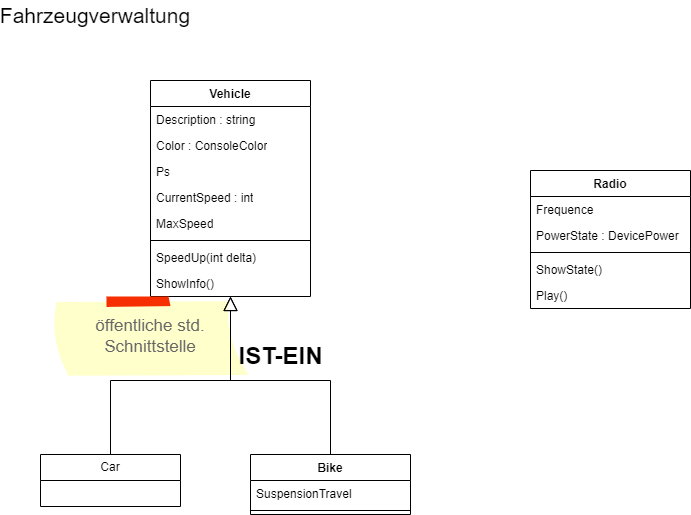
Above: src/20231109/Classdiagram_VehicelAndRadio.drawio.png in atillakati/sw_developer_2023_trainer (draw.io), before the change. Source tidied: cells renumbered, new cells last; positions are measured from the earlier drawing's top-left corner, leaving out a move shared by most shapes. Source of this version:
```xml
<mxGraphModel>
  <root>
    <mxCell id="0" />
    <mxCell id="1" parent="0" />
    <mxCell id="2" value="Vehicle" style="swimlane;fontStyle=1;align=center;verticalAlign=top;horizontal=1;startSize=26;whiteSpace=wrap;html=1;" parent="1" vertex="1">
      <mxGeometry x="130" y="80" width="160" height="216" as="geometry" />
    </mxCell>
    <mxCell id="3" value="Description : string" style="text;strokeColor=none;fillColor=none;align=left;verticalAlign=top;spacingLeft=4;spacingRight=4;overflow=hidden;whiteSpace=wrap;html=1;" parent="2" vertex="1">
      <mxGeometry y="26" width="160" height="26" as="geometry" />
    </mxCell>
    <mxCell id="4" value="Color : ConsoleColor" style="text;strokeColor=none;fillColor=none;align=left;verticalAlign=top;spacingLeft=4;spacingRight=4;overflow=hidden;whiteSpace=wrap;html=1;" parent="2" vertex="1">
      <mxGeometry y="52" width="160" height="26" as="geometry" />
    </mxCell>
    <mxCell id="5" value="Ps" style="text;strokeColor=none;fillColor=none;align=left;verticalAlign=top;spacingLeft=4;spacingRight=4;overflow=hidden;whiteSpace=wrap;html=1;" parent="2" vertex="1">
      <mxGeometry y="78" width="160" height="26" as="geometry" />
    </mxCell>
    <mxCell id="6" value="CurrentSpeed : int" style="text;strokeColor=none;fillColor=none;align=left;verticalAlign=top;spacingLeft=4;spacingRight=4;overflow=hidden;whiteSpace=wrap;html=1;" parent="2" vertex="1">
      <mxGeometry y="104" width="160" height="26" as="geometry" />
    </mxCell>
    <mxCell id="7" value="MaxSpeed" style="text;strokeColor=none;fillColor=none;align=left;verticalAlign=top;spacingLeft=4;spacingRight=4;overflow=hidden;whiteSpace=wrap;html=1;" parent="2" vertex="1">
      <mxGeometry y="130" width="160" height="26" as="geometry" />
    </mxCell>
    <mxCell id="8" style="line;strokeWidth=1;fillColor=none;align=left;verticalAlign=middle;spacingTop=-1;spacingLeft=3;spacingRight=3;labelPosition=right;strokeColor=inherit;" parent="2" vertex="1">
      <mxGeometry y="156" width="160" height="8" as="geometry" />
    </mxCell>
    <mxCell id="9" value="SpeedUp(int delta)" style="text;strokeColor=none;fillColor=none;align=left;verticalAlign=top;spacingLeft=4;spacingRight=4;overflow=hidden;whiteSpace=wrap;html=1;" parent="2" vertex="1">
      <mxGeometry y="164" width="160" height="26" as="geometry" />
    </mxCell>
    <mxCell id="10" value="ShowInfo()" style="text;strokeColor=none;fillColor=none;align=left;verticalAlign=top;spacingLeft=4;spacingRight=4;overflow=hidden;whiteSpace=wrap;html=1;" parent="2" vertex="1">
      <mxGeometry y="190" width="160" height="26" as="geometry" />
    </mxCell>
    <mxCell id="11" value="Fahrzeugverwaltung" style="text;html=1;strokeColor=none;fillColor=none;align=center;verticalAlign=middle;whiteSpace=wrap;rounded=0;fontSize=21;" parent="1" vertex="1">
      <mxGeometry width="150" height="30" as="geometry" />
    </mxCell>
    <mxCell id="12" value="öffentliche std. Schnittstelle" style="strokeWidth=1;shadow=0;dashed=0;align=center;html=1;shape=mxgraph.mockup.text.stickyNote2;fontColor=#666666;mainText=;fontSize=17;whiteSpace=wrap;fillColor=#ffffcc;strokeColor=#F62E00;" parent="1" vertex="1">
      <mxGeometry x="30" y="296" width="200" height="80" as="geometry" />
    </mxCell>
    <mxCell id="13" value="Bike" style="swimlane;fontStyle=1;align=center;verticalAlign=top;horizontal=1;startSize=26;whiteSpace=wrap;html=1;" parent="1" vertex="1">
      <mxGeometry x="230" y="454" width="160" height="60" as="geometry" />
    </mxCell>
    <mxCell id="14" value="SuspensionTravel" style="text;strokeColor=none;fillColor=none;align=left;verticalAlign=top;spacingLeft=4;spacingRight=4;overflow=hidden;whiteSpace=wrap;html=1;" parent="13" vertex="1">
      <mxGeometry y="26" width="160" height="26" as="geometry" />
    </mxCell>
    <mxCell id="15" style="line;strokeWidth=1;fillColor=none;align=left;verticalAlign=middle;spacingTop=-1;spacingLeft=3;spacingRight=3;labelPosition=right;strokeColor=inherit;" parent="13" vertex="1">
      <mxGeometry y="52" width="160" height="8" as="geometry" />
    </mxCell>
    <mxCell id="16" style="edgeStyle=orthogonalEdgeStyle;rounded=0;jettySize=auto;html=1;endArrow=block;endFill=0;endSize=12;exitX=0.5;exitY=0;exitDx=0;exitDy=0;" parent="1" edge="1" source="13" target="2">
      <mxGeometry relative="1" as="geometry" />
    </mxCell>
    <mxCell id="17" value="IST-EIN" style="text;strokeColor=none;fillColor=none;html=1;fontSize=24;fontStyle=1;verticalAlign=middle;align=center;" parent="1" vertex="1">
      <mxGeometry x="210" y="336" width="100" height="40" as="geometry" />
    </mxCell>
    <mxCell id="18" style="edgeStyle=orthogonalEdgeStyle;rounded=0;jettySize=auto;html=1;endArrow=block;endFill=0;endSize=12;" parent="1" edge="1" source="19" target="2">
      <mxGeometry relative="1" as="geometry" />
    </mxCell>
    <mxCell id="19" value="Car" style="swimlane;fontStyle=0;horizontal=1;startSize=26;fillColor=none;whiteSpace=wrap;html=1;" parent="1" vertex="1">
      <mxGeometry x="20" y="454" width="140" height="52" as="geometry" />
    </mxCell>
    <mxCell id="20" value="Radio" style="swimlane;fontStyle=1;align=center;verticalAlign=top;horizontal=1;startSize=26;" parent="1" vertex="1">
      <mxGeometry x="510" y="170" width="160" height="138" as="geometry" />
    </mxCell>
    <mxCell id="21" value="Frequence" style="text;strokeColor=none;fillColor=none;align=left;verticalAlign=top;spacingLeft=4;spacingRight=4;overflow=hidden;" parent="20" vertex="1">
      <mxGeometry y="26" width="160" height="26" as="geometry" />
    </mxCell>
    <mxCell id="22" value="PowerState : DevicePower" style="text;strokeColor=none;fillColor=none;align=left;verticalAlign=top;spacingLeft=4;spacingRight=4;overflow=hidden;" parent="20" vertex="1">
      <mxGeometry y="52" width="160" height="26" as="geometry" />
    </mxCell>
    <mxCell id="23" style="line;strokeWidth=1;fillColor=none;align=left;verticalAlign=middle;spacingTop=-1;spacingLeft=3;spacingRight=3;labelPosition=right;strokeColor=inherit;" parent="20" vertex="1">
      <mxGeometry y="78" width="160" height="8" as="geometry" />
    </mxCell>
    <mxCell id="24" value="ShowState()" style="text;strokeColor=none;fillColor=none;align=left;verticalAlign=top;spacingLeft=4;spacingRight=4;overflow=hidden;" parent="20" vertex="1">
      <mxGeometry y="86" width="160" height="26" as="geometry" />
    </mxCell>
    <mxCell id="25" value="Play()" style="text;strokeColor=none;fillColor=none;align=left;verticalAlign=top;spacingLeft=4;spacingRight=4;overflow=hidden;" parent="20" vertex="1">
      <mxGeometry y="112" width="160" height="26" as="geometry" />
    </mxCell>
  </root>
</mxGraphModel>
```
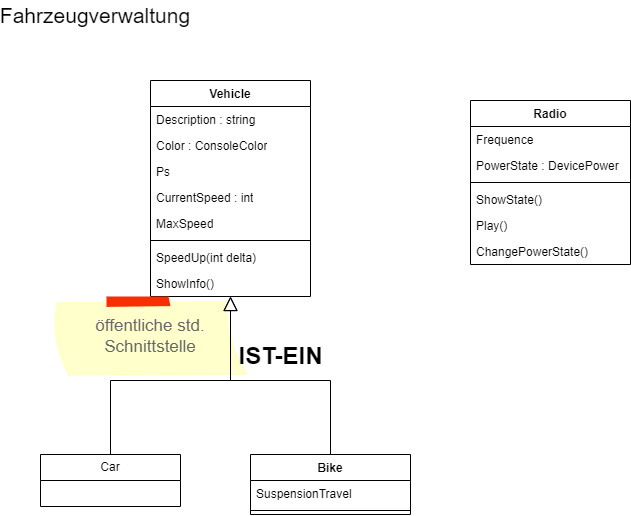
Above is the later version.

The edit, as a diff of the source:
```diff
@@ -57,7 +57,7 @@
       <mxGeometry x="20" y="454" width="140" height="52" as="geometry" />
     </mxCell>
     <mxCell id="20" value="Radio" style="swimlane;fontStyle=1;align=center;verticalAlign=top;horizontal=1;startSize=26;" parent="1" vertex="1">
-      <mxGeometry x="510" y="170" width="160" height="138" as="geometry" />
+      <mxGeometry x="450" y="100" width="160" height="164" as="geometry" />
     </mxCell>
     <mxCell id="21" value="Frequence" style="text;strokeColor=none;fillColor=none;align=left;verticalAlign=top;spacingLeft=4;spacingRight=4;overflow=hidden;" parent="20" vertex="1">
       <mxGeometry y="26" width="160" height="26" as="geometry" />
@@ -74,5 +74,8 @@
     <mxCell id="25" value="Play()" style="text;strokeColor=none;fillColor=none;align=left;verticalAlign=top;spacingLeft=4;spacingRight=4;overflow=hidden;" parent="20" vertex="1">
       <mxGeometry y="112" width="160" height="26" as="geometry" />
     </mxCell>
+    <mxCell id="26" value="ChangePowerState()" style="text;strokeColor=none;fillColor=none;align=left;verticalAlign=top;spacingLeft=4;spacingRight=4;overflow=hidden;" parent="20" vertex="1">
+      <mxGeometry y="138" width="160" height="26" as="geometry" />
+    </mxCell>
   </root>
 </mxGraphModel>
```
